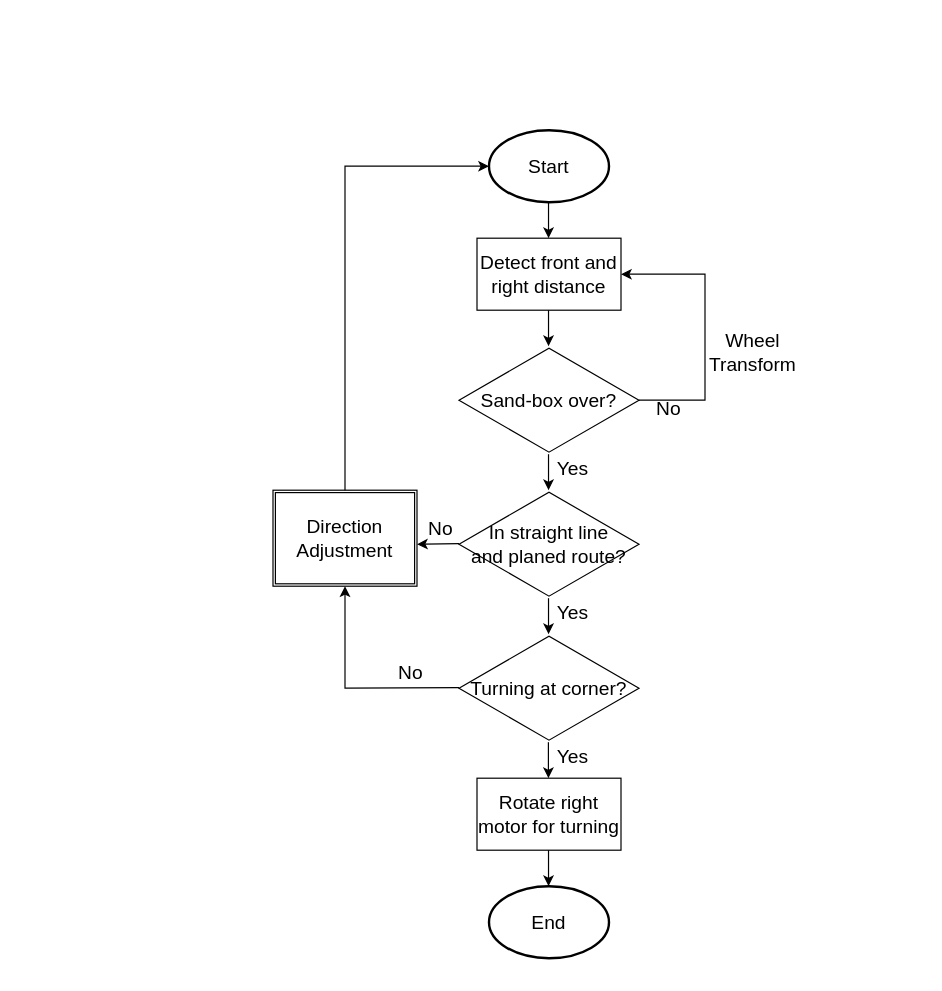
Earlier version of the draw.io diagram Untitled Diagram.drawio (YaokunJi/519021911294). Source tidied: cells renumbered, new cells numbered last; positions are measured from the earlier drawing's top-left corner, leaving out a move shared by most shapes. Both pictures are drawn from the tidied source at 120%, with x=0, y=0 at pixel (272, 130).
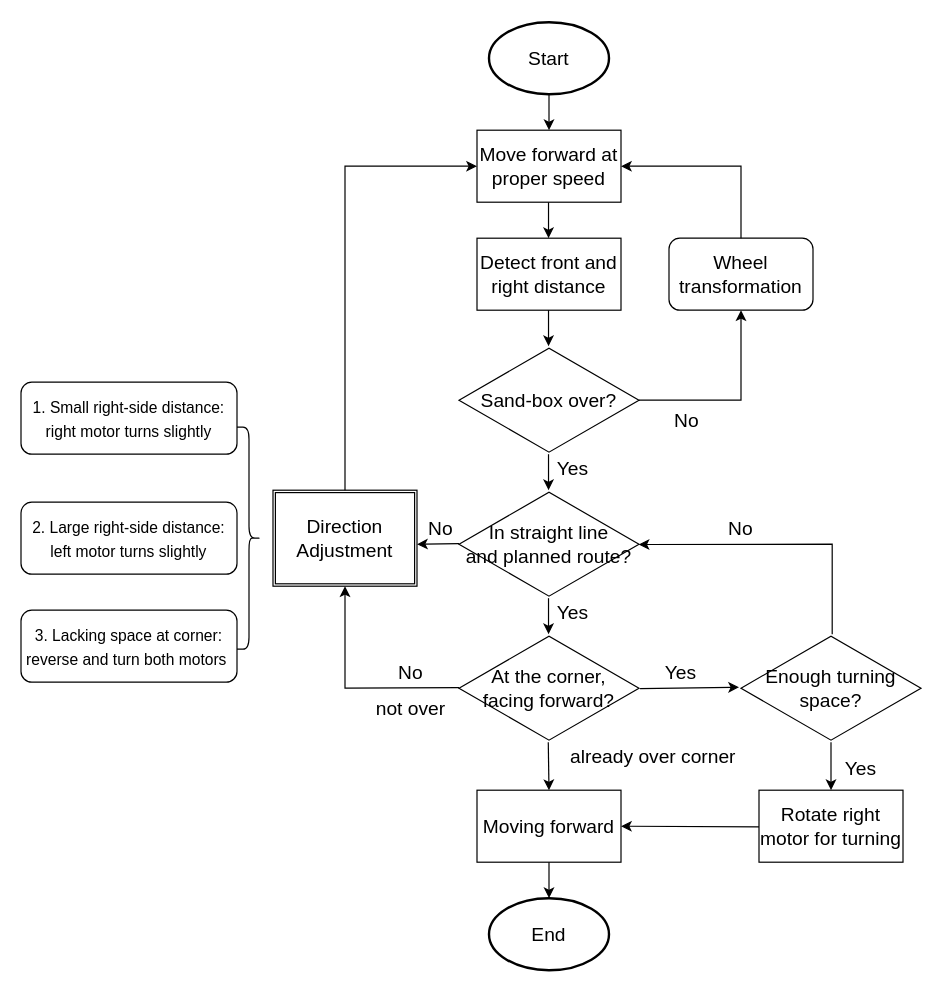
After the change.

The change refers to these unchanged cells:
```xml
<mxCell id="4" value="Detect front and right distance" style="rounded=0;whiteSpace=wrap;html=1;fontSize=16;" parent="1" vertex="1">
  <mxGeometry x="170" y="90" width="120" height="60" as="geometry" />
</mxCell>
<mxCell id="5" value="Sand-box over?" style="html=1;whiteSpace=wrap;shape=isoRectangle;fontSize=16;" parent="1" vertex="1">
  <mxGeometry x="155" y="180" width="150" height="90" as="geometry" />
</mxCell>
```

Diff of the diagram source:
```diff
@@
     <mxCell id="2" value="&lt;font style=&quot;font-size: 16px;&quot;&gt;Start&lt;/font&gt;" style="strokeWidth=2;html=1;shape=mxgraph.flowchart.start_1;whiteSpace=wrap;" parent="1" vertex="1">
-      <mxGeometry x="180" width="100" height="60" as="geometry" />
+      <mxGeometry x="180" y="-90" width="100" height="60" as="geometry" />
     </mxCell>
@@
     <mxCell id="8" value="No" style="text;html=1;strokeColor=none;fillColor=none;align=center;verticalAlign=middle;whiteSpace=wrap;overflow=hidden;fontSize=16;" parent="1" vertex="1">
-      <mxGeometry x="290" y="220" width="80" height="20" as="geometry" />
+      <mxGeometry x="305" y="230" width="80" height="20" as="geometry" />
     </mxCell>
-    <mxCell id="9" value="In straight line &lt;br&gt;and planed route?" style="html=1;whiteSpace=wrap;shape=isoRectangle;fontSize=16;" parent="1" vertex="1">
+    <mxCell id="9" value="In straight line &lt;br&gt;and planned route?" style="html=1;whiteSpace=wrap;shape=isoRectangle;fontSize=16;" parent="1" vertex="1">
       <mxGeometry x="155" y="300" width="150" height="90" as="geometry" />
     </mxCell>
@@
-    <mxCell id="11" style="endArrow=classic;html=1;rounded=0;fontSize=16;targetPerimeterSpacing=0;exitX=1;exitY=0.5;exitDx=0;exitDy=0;exitPerimeter=0;entryX=1;entryY=0.5;entryDx=0;entryDy=0;" parent="1" edge="1" source="5" target="4">
-      <mxGeometry relative="1" as="geometry">
-        <Array as="points">
-          <mxPoint x="360" y="225" />
-          <mxPoint x="360" y="120" />
-        </Array>
-      </mxGeometry>
-    </mxCell>
     <mxCell id="12" value="Rotate right motor for turning" style="rounded=0;whiteSpace=wrap;html=1;fontSize=16;" parent="1" vertex="1">
-      <mxGeometry x="170" y="540" width="120" height="60" as="geometry" />
+      <mxGeometry x="405" y="550" width="120" height="60" as="geometry" />
     </mxCell>
@@
-    <mxCell id="15" value="Wheel Transform" style="text;html=1;strokeColor=none;fillColor=none;align=center;verticalAlign=middle;whiteSpace=wrap;overflow=hidden;fontSize=16;" parent="1" vertex="1">
-      <mxGeometry x="360" y="160" width="80" height="50" as="geometry" />
-    </mxCell>
@@
-    <mxCell id="17" value="Turning at corner?" style="html=1;whiteSpace=wrap;shape=isoRectangle;fontSize=16;" parent="1" vertex="1">
+    <mxCell id="17" value="At the corner, &lt;br&gt;facing forward?" style="html=1;whiteSpace=wrap;shape=isoRectangle;fontSize=16;" parent="1" vertex="1">
       <mxGeometry x="155" y="420" width="150" height="90" as="geometry" />
     </mxCell>
-    <mxCell id="18" style="endArrow=classic;html=1;rounded=0;fontSize=16;targetPerimeterSpacing=0;" parent="1" edge="1">
-      <mxGeometry relative="1" as="geometry">
-        <mxPoint x="229.5" y="510" as="sourcePoint" />
-        <mxPoint x="229.5" y="540" as="targetPoint" />
-      </mxGeometry>
-    </mxCell>
     <mxCell id="19" value="Yes" style="text;html=1;strokeColor=none;fillColor=none;align=center;verticalAlign=middle;whiteSpace=wrap;overflow=hidden;fontSize=16;" parent="1" vertex="1">
-      <mxGeometry x="210" y="510" width="80" height="20" as="geometry" />
+      <mxGeometry x="300" y="440" width="80" height="20" as="geometry" />
     </mxCell>
@@
-    <mxCell id="24" style="endArrow=classic;html=1;rounded=0;fontSize=16;targetPerimeterSpacing=0;entryX=0;entryY=0.5;entryDx=0;entryDy=0;entryPerimeter=0;" parent="1" edge="1" target="2">
+    <mxCell id="24" style="endArrow=classic;html=1;rounded=0;fontSize=16;targetPerimeterSpacing=0;entryX=0;entryY=0.5;entryDx=0;entryDy=0;" parent="1" edge="1" target="28">
       <mxGeometry relative="1" as="geometry">
         <mxPoint x="60" y="300" as="sourcePoint" />
         <Array as="points">
           <mxPoint x="60" y="30" />
         </Array>
       </mxGeometry>
     </mxCell>
     <mxCell id="25" value="&lt;font style=&quot;font-size: 16px;&quot;&gt;End&lt;/font&gt;" style="strokeWidth=2;html=1;shape=mxgraph.flowchart.start_1;whiteSpace=wrap;" parent="1" vertex="1">
-      <mxGeometry x="180" y="630" width="100" height="60" as="geometry" />
+      <mxGeometry x="180" y="640" width="100" height="60" as="geometry" />
     </mxCell>
-    <mxCell id="26" style="endArrow=classic;html=1;rounded=0;fontSize=16;targetPerimeterSpacing=0;" parent="1" edge="1">
-      <mxGeometry relative="1" as="geometry">
-        <mxPoint x="229.6" y="600" as="sourcePoint" />
-        <mxPoint x="229.6" y="630" as="targetPoint" />
-      </mxGeometry>
-    </mxCell>
+    <mxCell id="27" style="endArrow=classic;html=1;rounded=0;fontSize=16;targetPerimeterSpacing=0;exitX=0.5;exitY=1;exitDx=0;exitDy=0;exitPerimeter=0;entryX=0.5;entryY=0;entryDx=0;entryDy=0;" parent="1" edge="1" source="2" target="28">
+      <mxGeometry relative="1" as="geometry" />
+    </mxCell>
+    <mxCell id="28" value="&lt;font style=&quot;font-size: 16px;&quot;&gt;Move forward at proper speed&lt;/font&gt;" style="rounded=0;whiteSpace=wrap;html=1;" parent="1" vertex="1">
+      <mxGeometry x="170" width="120" height="60" as="geometry" />
+    </mxCell>
+    <mxCell id="29" style="endArrow=classic;html=1;rounded=0;fontSize=16;targetPerimeterSpacing=0;" parent="1" edge="1">
+      <mxGeometry relative="1" as="geometry">
+        <mxPoint x="305" y="225" as="sourcePoint" />
+        <mxPoint x="390" y="150" as="targetPoint" />
+        <Array as="points">
+          <mxPoint x="390" y="225" />
+        </Array>
+      </mxGeometry>
+    </mxCell>
+    <mxCell id="30" value="Wheel transformation" style="rounded=1;whiteSpace=wrap;html=1;fontSize=16;" parent="1" vertex="1">
+      <mxGeometry x="330" y="90" width="120" height="60" as="geometry" />
+    </mxCell>
+    <mxCell id="31" style="endArrow=classic;html=1;rounded=0;fontSize=16;exitX=0.5;exitY=0;exitDx=0;exitDy=0;entryX=1;entryY=0.5;entryDx=0;entryDy=0;" parent="1" edge="1" source="30" target="28">
+      <mxGeometry relative="1" as="geometry">
+        <Array as="points">
+          <mxPoint x="390" y="30" />
+        </Array>
+      </mxGeometry>
+    </mxCell>
+    <mxCell id="32" style="shape=curlyBracket;whiteSpace=wrap;html=1;rounded=1;flipH=1;fontSize=16;" parent="1" vertex="1">
+      <mxGeometry x="-30" y="247.5" width="20" height="185" as="geometry" />
+    </mxCell>
+    <mxCell id="33" value="not over" style="text;html=1;strokeColor=none;fillColor=none;align=center;verticalAlign=middle;whiteSpace=wrap;overflow=hidden;fontSize=16;" parent="1" vertex="1">
+      <mxGeometry x="25" y="470" width="180" height="20" as="geometry" />
+    </mxCell>
+    <mxCell id="34" style="endArrow=classic;html=1;rounded=0;fontSize=16;targetPerimeterSpacing=0;exitX=1.006;exitY=0.504;exitDx=0;exitDy=0;exitPerimeter=0;entryX=-0.011;entryY=0.491;entryDx=0;entryDy=0;entryPerimeter=0;" parent="1" edge="1" source="17" target="35">
+      <mxGeometry relative="1" as="geometry" />
+    </mxCell>
+    <mxCell id="35" value="Enough turning space?" style="html=1;whiteSpace=wrap;shape=isoRectangle;fontSize=16;" parent="1" vertex="1">
+      <mxGeometry x="390" y="420" width="150" height="90" as="geometry" />
+    </mxCell>
+    <mxCell id="36" style="endArrow=classic;html=1;rounded=0;fontSize=16;entryX=0.998;entryY=0.503;entryDx=0;entryDy=0;entryPerimeter=0;" parent="1" edge="1" target="9">
+      <mxGeometry relative="1" as="geometry">
+        <mxPoint x="466" y="420" as="sourcePoint" />
+        <Array as="points">
+          <mxPoint x="466" y="345" />
+        </Array>
+      </mxGeometry>
+    </mxCell>
+    <mxCell id="37" value="No" style="text;html=1;strokeColor=none;fillColor=none;align=center;verticalAlign=middle;whiteSpace=wrap;overflow=hidden;fontSize=16;" parent="1" vertex="1">
+      <mxGeometry x="350" y="320" width="80" height="20" as="geometry" />
+    </mxCell>
+    <mxCell id="38" style="endArrow=classic;html=1;rounded=0;fontSize=16;entryX=0.5;entryY=0;entryDx=0;entryDy=0;" parent="1" edge="1" target="12">
+      <mxGeometry relative="1" as="geometry">
+        <mxPoint x="465" y="510" as="sourcePoint" />
+      </mxGeometry>
+    </mxCell>
+    <mxCell id="39" value="Yes" style="text;html=1;strokeColor=none;fillColor=none;align=center;verticalAlign=middle;whiteSpace=wrap;overflow=hidden;fontSize=16;" parent="1" vertex="1">
+      <mxGeometry x="450" y="520" width="80" height="20" as="geometry" />
+    </mxCell>
+    <mxCell id="40" style="endArrow=classic;html=1;rounded=0;fontSize=16;targetPerimeterSpacing=0;" parent="1" edge="1">
+      <mxGeometry relative="1" as="geometry">
+        <mxPoint x="229.4" y="510" as="sourcePoint" />
+        <mxPoint x="230" y="550" as="targetPoint" />
+      </mxGeometry>
+    </mxCell>
+    <mxCell id="41" value="Moving forward" style="rounded=0;whiteSpace=wrap;html=1;fontSize=16;" parent="1" vertex="1">
+      <mxGeometry x="170" y="550" width="120" height="60" as="geometry" />
+    </mxCell>
+    <mxCell id="42" style="endArrow=classic;html=1;rounded=0;fontSize=16;targetPerimeterSpacing=0;exitX=0.5;exitY=1;exitDx=0;exitDy=0;" parent="1" edge="1" source="41">
+      <mxGeometry relative="1" as="geometry">
+        <mxPoint x="229.8" y="640" as="targetPoint" />
+        <Array as="points">
+          <mxPoint x="230" y="640" />
+        </Array>
+      </mxGeometry>
+    </mxCell>
+    <mxCell id="43" style="endArrow=classic;html=1;rounded=0;fontSize=16;targetPerimeterSpacing=0;exitX=1.006;exitY=0.504;exitDx=0;exitDy=0;exitPerimeter=0;entryX=1;entryY=0.5;entryDx=0;entryDy=0;" parent="1" edge="1" target="41">
+      <mxGeometry relative="1" as="geometry">
+        <mxPoint x="405" y="580.6" as="sourcePoint" />
+      </mxGeometry>
+    </mxCell>
+    <mxCell id="44" value="already over corner" style="text;html=1;strokeColor=none;fillColor=none;align=center;verticalAlign=middle;whiteSpace=wrap;overflow=hidden;fontSize=16;" parent="1" vertex="1">
+      <mxGeometry x="227" y="510" width="180" height="23" as="geometry" />
+    </mxCell>
+    <mxCell id="45" value="&lt;font style=&quot;font-size: 13px;&quot;&gt;1. Small right-side distance:&lt;br&gt;right motor turns slightly&lt;br&gt;&lt;/font&gt;" style="rounded=1;whiteSpace=wrap;html=1;fontSize=16;" parent="1" vertex="1">
+      <mxGeometry x="-210" y="210" width="180" height="60" as="geometry" />
+    </mxCell>
+    <mxCell id="46" value="&lt;font style=&quot;font-size: 13px;&quot;&gt;2. Large right-side distance:&lt;br&gt;left motor turns slightly&lt;br&gt;&lt;/font&gt;" style="rounded=1;whiteSpace=wrap;html=1;fontSize=16;" parent="1" vertex="1">
+      <mxGeometry x="-210" y="310" width="180" height="60" as="geometry" />
+    </mxCell>
+    <mxCell id="47" value="&lt;font style=&quot;font-size: 13px;&quot;&gt;3. Lacking space at corner:&lt;br&gt;reverse and turn both motors&amp;nbsp;&lt;br&gt;&lt;/font&gt;" style="rounded=1;whiteSpace=wrap;html=1;fontSize=16;" parent="1" vertex="1">
+      <mxGeometry x="-210" y="400" width="180" height="60" as="geometry" />
+    </mxCell>
```
